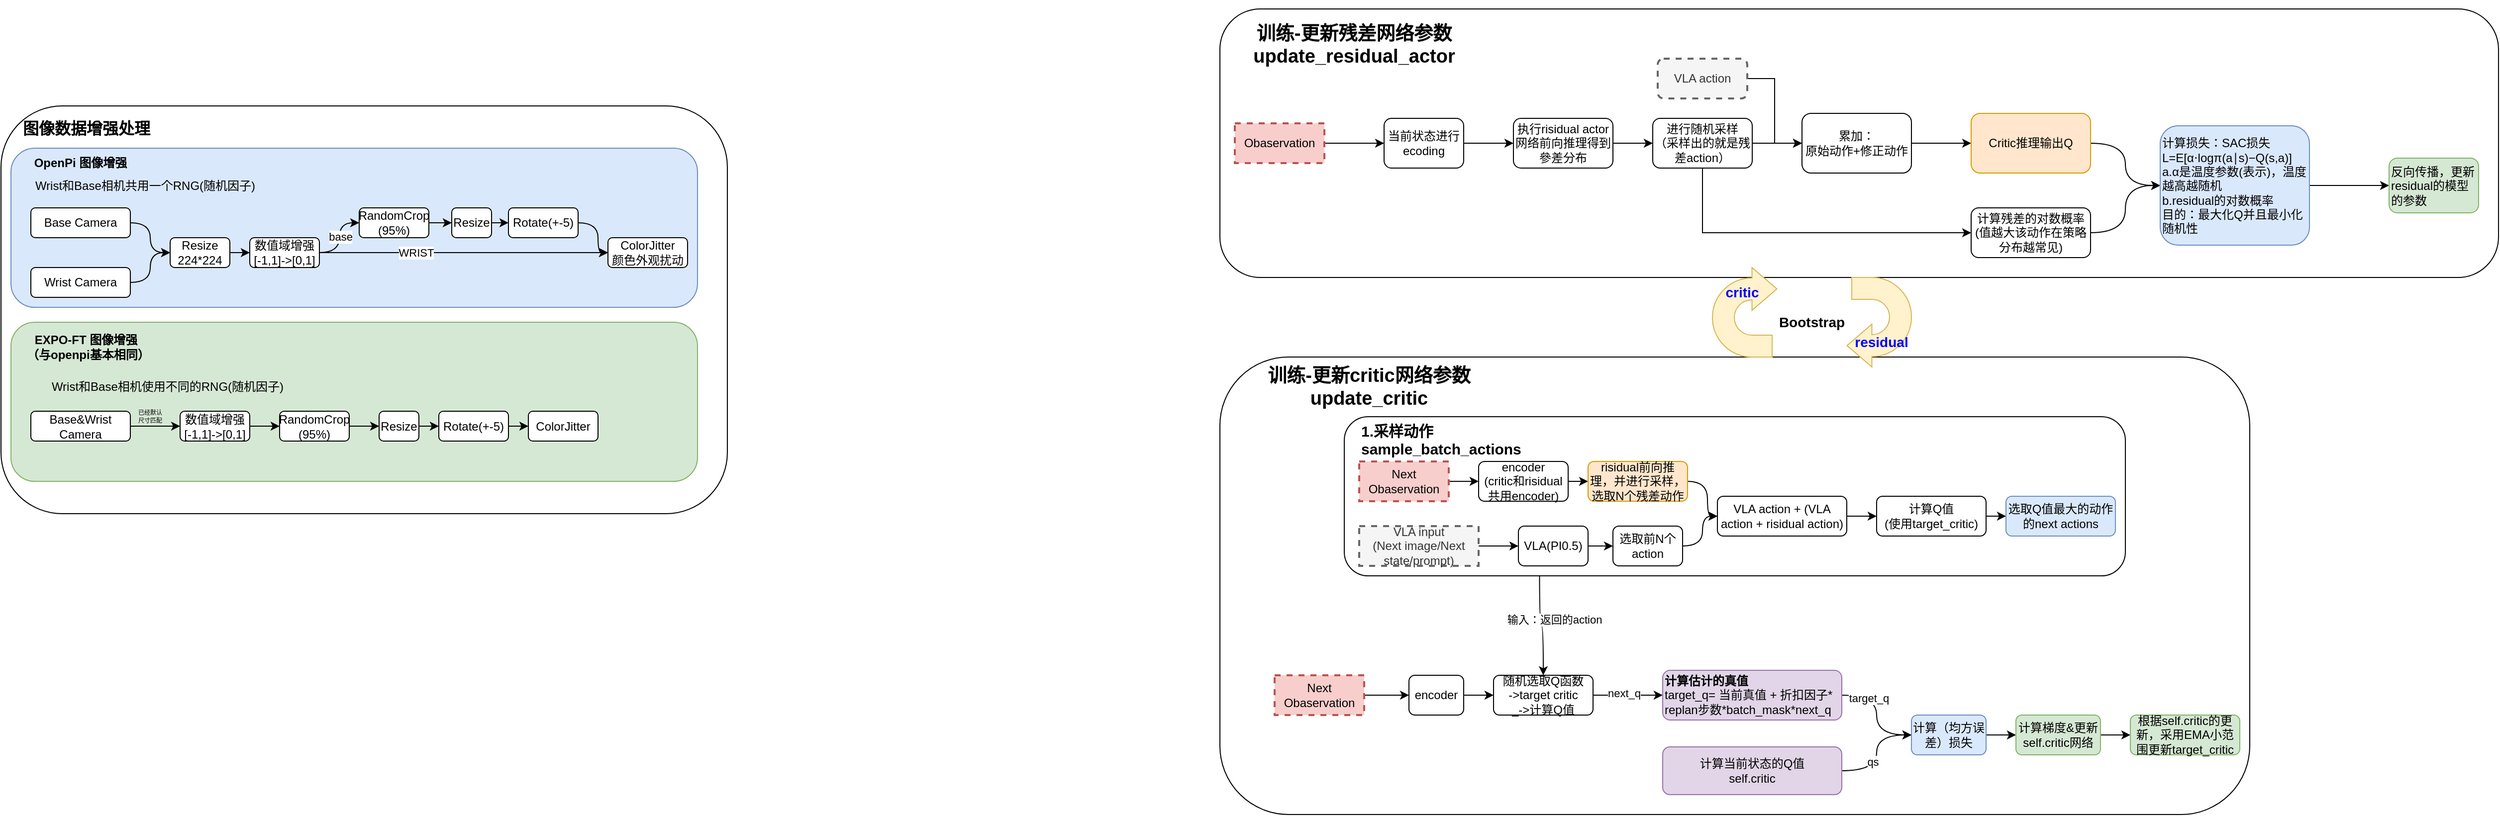
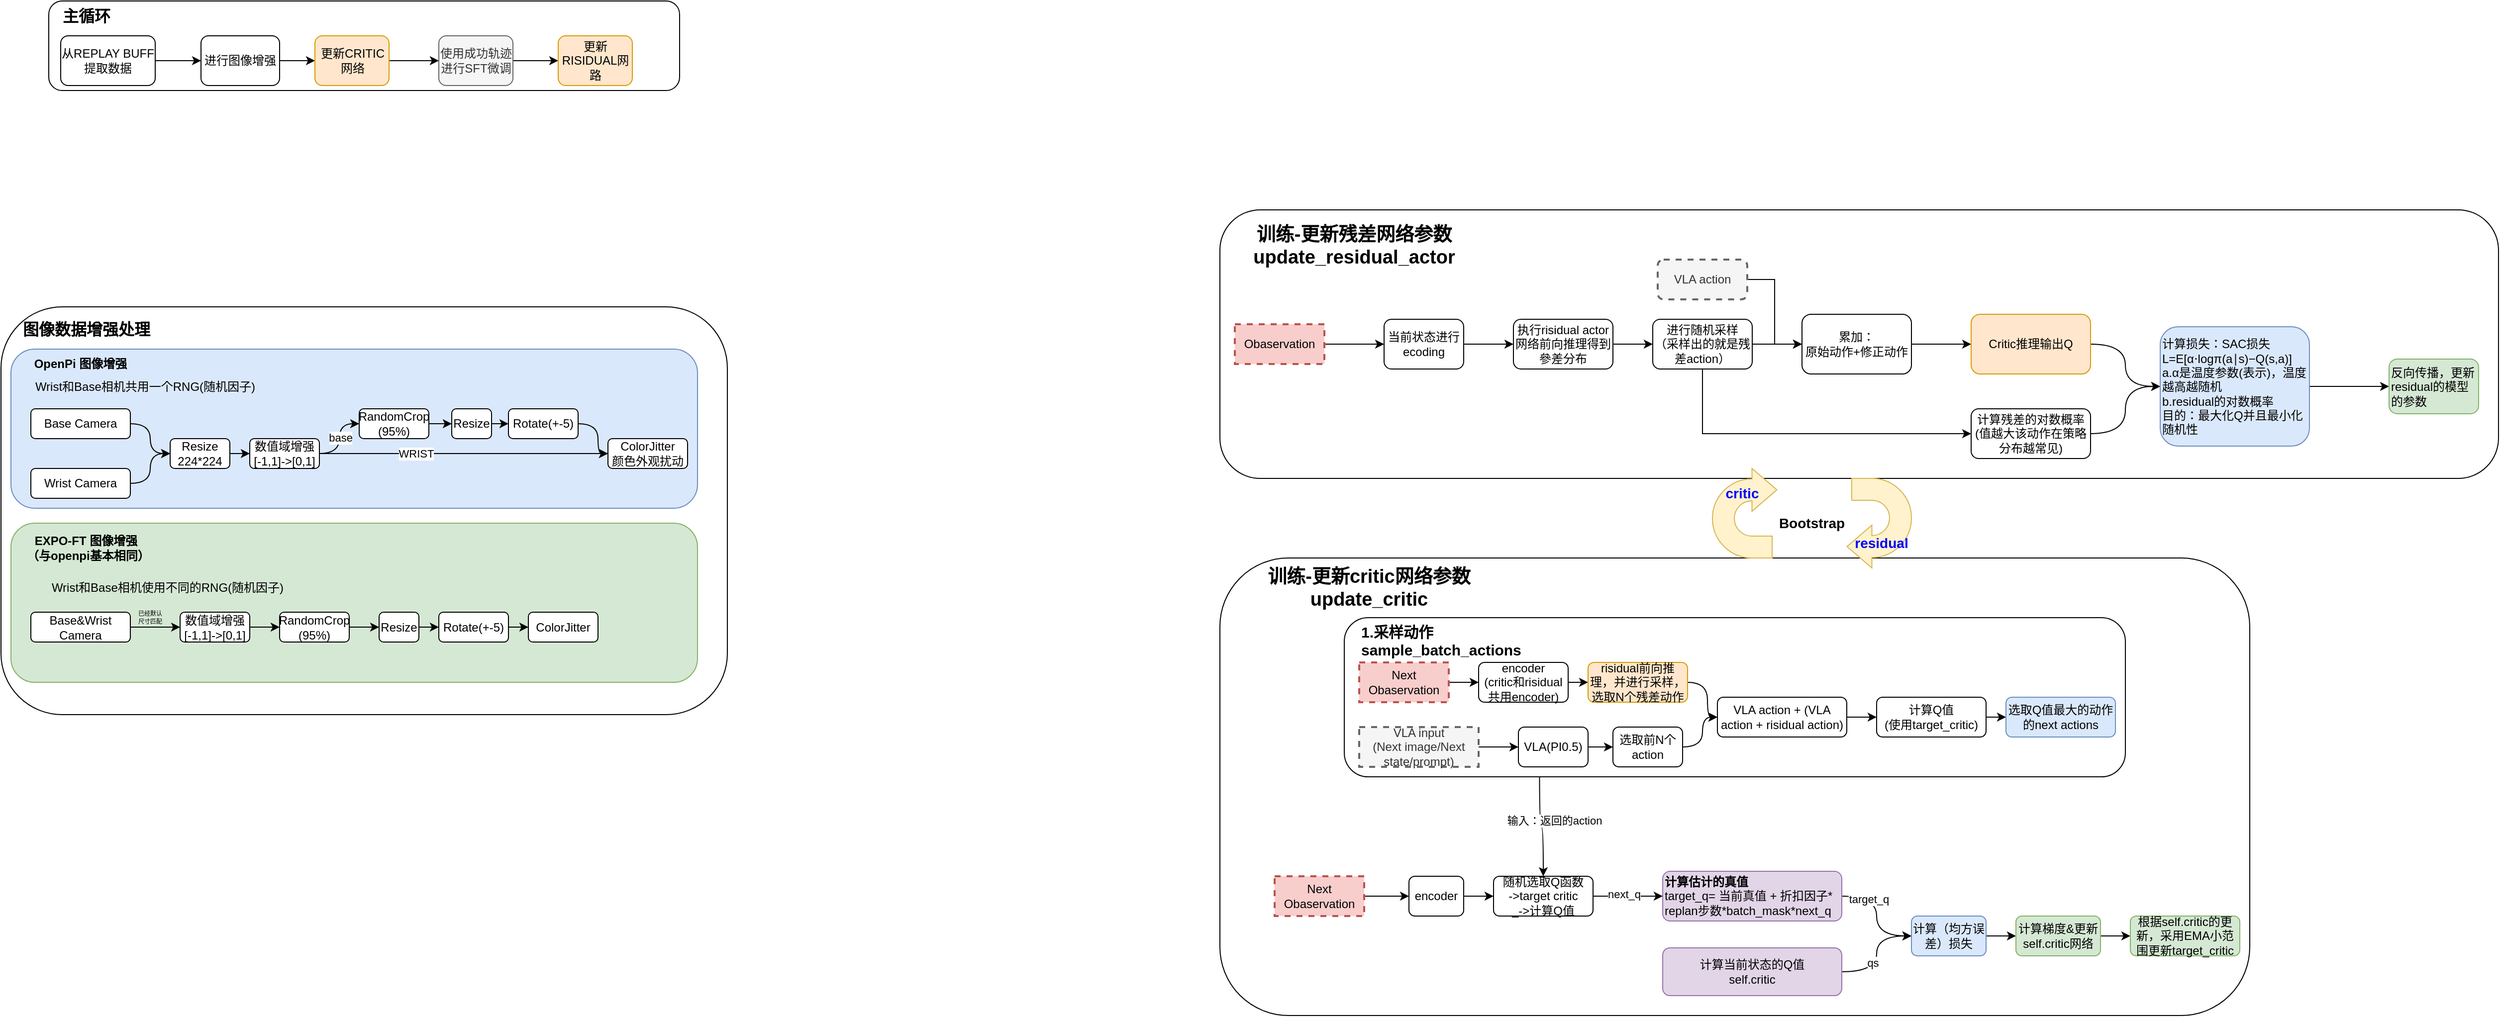
<mxfile host="app.diagrams.net">
  <diagram name="第 1 页" id="Xl2nalXjscSPXPMrPieM">
-     <mxGraphModel dx="2537" dy="2509" grid="1" gridSize="10" guides="1" tooltips="1" connect="1" arrows="1" fold="1" page="1" pageScale="1" pageWidth="827" pageHeight="1169" math="0" shadow="0">
+     <mxGraphModel dx="2422" dy="1606" grid="1" gridSize="10" guides="1" tooltips="1" connect="1" arrows="1" fold="1" page="1" pageScale="1" pageWidth="827" pageHeight="1169" math="0" shadow="0">
      <root>
        <mxCell id="0" />
        <mxCell id="1" parent="0" />
+         <mxCell id="5m5IZYSdE89hOnIhnB_D-146" parent="1" style="rounded=1;whiteSpace=wrap;html=1;" value="" vertex="1">
+           <mxGeometry height="90" width="634" x="-1232" y="-20" as="geometry" />
+         </mxCell>
        <mxCell id="5m5IZYSdE89hOnIhnB_D-129" parent="1" style="rounded=1;whiteSpace=wrap;html=1;" value="" vertex="1">
          <mxGeometry height="410" width="730" x="-1280" y="287.5" as="geometry" />
        </mxCell>
        <mxCell id="5m5IZYSdE89hOnIhnB_D-127" parent="1" style="rounded=1;whiteSpace=wrap;html=1;fillColor=#d5e8d4;strokeColor=#82b366;" value="" vertex="1">
          <mxGeometry height="160" width="690" x="-1270" y="505" as="geometry" />
        </mxCell>
        <mxCell id="5m5IZYSdE89hOnIhnB_D-126" parent="1" style="rounded=1;whiteSpace=wrap;html=1;fillColor=#dae8fc;strokeColor=#6c8ebf;" value="" vertex="1">
          <mxGeometry height="160" width="690" x="-1270" y="330" as="geometry" />
        </mxCell>
        <mxCell id="5m5IZYSdE89hOnIhnB_D-75" parent="1" style="rounded=1;whiteSpace=wrap;html=1;" value="" vertex="1">
          <mxGeometry height="460" width="1035" x="-55" y="540" as="geometry" />
        </mxCell>
        <mxCell id="5m5IZYSdE89hOnIhnB_D-59" edge="1" parent="1" source="5m5IZYSdE89hOnIhnB_D-50" style="edgeStyle=orthogonalEdgeStyle;curved=1;rounded=0;orthogonalLoop=1;jettySize=auto;html=1;exitX=0.25;exitY=1;exitDx=0;exitDy=0;entryX=0.5;entryY=0;entryDx=0;entryDy=0;" target="5m5IZYSdE89hOnIhnB_D-56">
          <mxGeometry relative="1" as="geometry" />
        </mxCell>
        <mxCell id="5m5IZYSdE89hOnIhnB_D-60" connectable="0" parent="5m5IZYSdE89hOnIhnB_D-59" style="edgeLabel;html=1;align=center;verticalAlign=middle;resizable=0;points=[];" value="输入：返回的action" vertex="1">
          <mxGeometry relative="1" x="-0.1644" y="4" as="geometry">
            <mxPoint x="10" as="offset" />
          </mxGeometry>
        </mxCell>
        <mxCell id="5m5IZYSdE89hOnIhnB_D-22" parent="1" style="rounded=1;whiteSpace=wrap;html=1;" value="" vertex="1">
          <mxGeometry height="270" width="1285" x="-55" y="190" as="geometry" />
        </mxCell>
        <mxCell id="5m5IZYSdE89hOnIhnB_D-3" edge="1" parent="1" source="5m5IZYSdE89hOnIhnB_D-1" style="edgeStyle=orthogonalEdgeStyle;rounded=0;orthogonalLoop=1;jettySize=auto;html=1;" target="5m5IZYSdE89hOnIhnB_D-2" value="">
          <mxGeometry relative="1" as="geometry" />
        </mxCell>
        <mxCell id="5m5IZYSdE89hOnIhnB_D-1" parent="1" style="rounded=1;whiteSpace=wrap;html=1;" value="当前状态进行ecoding" vertex="1">
          <mxGeometry height="50" width="80" x="110" y="300" as="geometry" />
        </mxCell>
        <mxCell id="5m5IZYSdE89hOnIhnB_D-5" edge="1" parent="1" source="5m5IZYSdE89hOnIhnB_D-2" style="edgeStyle=orthogonalEdgeStyle;rounded=0;orthogonalLoop=1;jettySize=auto;html=1;" target="5m5IZYSdE89hOnIhnB_D-4" value="">
          <mxGeometry relative="1" as="geometry" />
        </mxCell>
        <mxCell id="5m5IZYSdE89hOnIhnB_D-2" parent="1" style="rounded=1;whiteSpace=wrap;html=1;" value="执行risidual actor网络前向推理得到參差分布" vertex="1">
          <mxGeometry height="50" width="100" x="240" y="300" as="geometry" />
        </mxCell>
        <mxCell id="5m5IZYSdE89hOnIhnB_D-7" edge="1" parent="1" source="5m5IZYSdE89hOnIhnB_D-4" style="edgeStyle=orthogonalEdgeStyle;rounded=0;orthogonalLoop=1;jettySize=auto;html=1;exitX=0.5;exitY=1;exitDx=0;exitDy=0;entryX=0;entryY=0.5;entryDx=0;entryDy=0;" target="5m5IZYSdE89hOnIhnB_D-6" value="">
          <mxGeometry relative="1" as="geometry" />
        </mxCell>
        <mxCell id="5m5IZYSdE89hOnIhnB_D-14" edge="1" parent="1" source="5m5IZYSdE89hOnIhnB_D-4" style="edgeStyle=orthogonalEdgeStyle;rounded=0;orthogonalLoop=1;jettySize=auto;html=1;exitX=1;exitY=0.5;exitDx=0;exitDy=0;entryX=0;entryY=0.5;entryDx=0;entryDy=0;" target="5m5IZYSdE89hOnIhnB_D-12">
          <mxGeometry relative="1" as="geometry" />
        </mxCell>
        <mxCell id="5m5IZYSdE89hOnIhnB_D-4" parent="1" style="rounded=1;whiteSpace=wrap;html=1;" value="进行随机采样&lt;br&gt;（采样出的就是残差action）" vertex="1">
          <mxGeometry height="50" width="100" x="380" y="300" as="geometry" />
        </mxCell>
        <mxCell id="5m5IZYSdE89hOnIhnB_D-19" edge="1" parent="1" source="5m5IZYSdE89hOnIhnB_D-6" style="edgeStyle=orthogonalEdgeStyle;rounded=0;orthogonalLoop=1;jettySize=auto;html=1;exitX=1;exitY=0.5;exitDx=0;exitDy=0;entryX=0;entryY=0.5;entryDx=0;entryDy=0;curved=1;" target="5m5IZYSdE89hOnIhnB_D-17">
          <mxGeometry relative="1" as="geometry" />
        </mxCell>
        <mxCell id="5m5IZYSdE89hOnIhnB_D-6" parent="1" style="rounded=1;whiteSpace=wrap;html=1;" value="计算残差的对数概率&lt;br&gt;(值越大该动作在策略分布越常见)" vertex="1">
          <mxGeometry height="50" width="120" x="700" y="390" as="geometry" />
        </mxCell>
        <mxCell id="5m5IZYSdE89hOnIhnB_D-9" edge="1" parent="1" source="5m5IZYSdE89hOnIhnB_D-8" style="edgeStyle=orthogonalEdgeStyle;rounded=0;orthogonalLoop=1;jettySize=auto;html=1;exitX=1;exitY=0.5;exitDx=0;exitDy=0;entryX=0;entryY=0.5;entryDx=0;entryDy=0;" target="5m5IZYSdE89hOnIhnB_D-1">
          <mxGeometry relative="1" as="geometry" />
        </mxCell>
        <mxCell id="5m5IZYSdE89hOnIhnB_D-8" parent="1" style="rounded=0;whiteSpace=wrap;html=1;fillColor=#f8cecc;strokeColor=#b85450;dashed=1;strokeWidth=2;" value="Obaservation" vertex="1">
          <mxGeometry height="40" width="90" x="-40" y="305" as="geometry" />
        </mxCell>
        <mxCell id="5m5IZYSdE89hOnIhnB_D-13" edge="1" parent="1" source="5m5IZYSdE89hOnIhnB_D-10" style="edgeStyle=orthogonalEdgeStyle;rounded=0;orthogonalLoop=1;jettySize=auto;html=1;exitX=1;exitY=0.5;exitDx=0;exitDy=0;entryX=0;entryY=0.5;entryDx=0;entryDy=0;" target="5m5IZYSdE89hOnIhnB_D-12">
          <mxGeometry relative="1" as="geometry" />
        </mxCell>
        <mxCell id="5m5IZYSdE89hOnIhnB_D-10" parent="1" style="rounded=1;whiteSpace=wrap;html=1;fillColor=#f5f5f5;fontColor=#333333;strokeColor=#666666;dashed=1;strokeWidth=2;" value="VLA action" vertex="1">
          <mxGeometry height="40" width="90" x="385" y="240" as="geometry" />
        </mxCell>
        <mxCell id="5m5IZYSdE89hOnIhnB_D-16" edge="1" parent="1" source="5m5IZYSdE89hOnIhnB_D-12" style="edgeStyle=orthogonalEdgeStyle;rounded=0;orthogonalLoop=1;jettySize=auto;html=1;exitX=1;exitY=0.5;exitDx=0;exitDy=0;entryX=0;entryY=0.5;entryDx=0;entryDy=0;" target="5m5IZYSdE89hOnIhnB_D-15">
          <mxGeometry relative="1" as="geometry" />
        </mxCell>
        <mxCell id="5m5IZYSdE89hOnIhnB_D-12" parent="1" style="rounded=1;whiteSpace=wrap;html=1;" value="累加：&lt;br&gt;原始动作+修正动作" vertex="1">
          <mxGeometry height="60" width="110" x="530" y="295" as="geometry" />
        </mxCell>
        <mxCell id="5m5IZYSdE89hOnIhnB_D-18" edge="1" parent="1" source="5m5IZYSdE89hOnIhnB_D-15" style="edgeStyle=orthogonalEdgeStyle;rounded=0;orthogonalLoop=1;jettySize=auto;html=1;exitX=1;exitY=0.5;exitDx=0;exitDy=0;entryX=0;entryY=0.5;entryDx=0;entryDy=0;curved=1;" target="5m5IZYSdE89hOnIhnB_D-17">
          <mxGeometry relative="1" as="geometry" />
        </mxCell>
        <mxCell id="5m5IZYSdE89hOnIhnB_D-15" parent="1" style="rounded=1;whiteSpace=wrap;html=1;fillColor=#ffe6cc;strokeColor=#d79b00;" value="Critic推理输出Q" vertex="1">
          <mxGeometry height="60" width="120" x="700" y="295" as="geometry" />
        </mxCell>
        <mxCell id="5m5IZYSdE89hOnIhnB_D-21" edge="1" parent="1" source="5m5IZYSdE89hOnIhnB_D-17" style="edgeStyle=orthogonalEdgeStyle;curved=1;rounded=0;orthogonalLoop=1;jettySize=auto;html=1;" target="5m5IZYSdE89hOnIhnB_D-20" value="">
          <mxGeometry relative="1" as="geometry" />
        </mxCell>
        <mxCell id="5m5IZYSdE89hOnIhnB_D-17" parent="1" style="rounded=1;whiteSpace=wrap;html=1;align=left;fillColor=#dae8fc;strokeColor=#6c8ebf;" value="计算损失：SAC损失&lt;br&gt;L=E[α⋅logπ(a∣s)−Q(s,a)]&lt;div&gt;a.α是温度参数(表示)，温度越高越随机&lt;br&gt;b.residual的对数概率&lt;br&gt;目的：最大化Q并且最小化随机性&lt;/div&gt;" vertex="1">
          <mxGeometry height="120" width="150" x="890" y="307.5" as="geometry" />
        </mxCell>
        <mxCell id="5m5IZYSdE89hOnIhnB_D-20" parent="1" style="rounded=1;whiteSpace=wrap;html=1;align=left;fillColor=#d5e8d4;strokeColor=#82b366;" value="反向传播，更新residual的模型的参数" vertex="1">
          <mxGeometry height="55" width="90" x="1120" y="340" as="geometry" />
        </mxCell>
        <mxCell id="5m5IZYSdE89hOnIhnB_D-23" parent="1" style="text;html=1;whiteSpace=wrap;strokeColor=none;fillColor=none;align=center;verticalAlign=middle;rounded=0;fontStyle=1;fontSize=19;" value="&lt;br&gt;训练-更新残差网络参数update_residual_actor" vertex="1">
          <mxGeometry height="30" width="220" x="-30" y="200" as="geometry" />
        </mxCell>
        <mxCell id="5m5IZYSdE89hOnIhnB_D-55" edge="1" parent="1" source="5m5IZYSdE89hOnIhnB_D-53" style="edgeStyle=orthogonalEdgeStyle;curved=1;rounded=0;orthogonalLoop=1;jettySize=auto;html=1;exitX=1;exitY=0.5;exitDx=0;exitDy=0;entryX=0;entryY=0.5;entryDx=0;entryDy=0;" target="5m5IZYSdE89hOnIhnB_D-54">
          <mxGeometry relative="1" as="geometry" />
        </mxCell>
        <mxCell id="5m5IZYSdE89hOnIhnB_D-53" parent="1" style="rounded=0;whiteSpace=wrap;html=1;fillColor=#f8cecc;strokeColor=#b85450;dashed=1;strokeWidth=2;" value="Next&lt;br&gt;Obaservation" vertex="1">
          <mxGeometry height="40" width="90" y="860" as="geometry" />
        </mxCell>
        <mxCell id="5m5IZYSdE89hOnIhnB_D-57" edge="1" parent="1" source="5m5IZYSdE89hOnIhnB_D-54" style="edgeStyle=orthogonalEdgeStyle;curved=1;rounded=0;orthogonalLoop=1;jettySize=auto;html=1;" target="5m5IZYSdE89hOnIhnB_D-56" value="">
          <mxGeometry relative="1" as="geometry" />
        </mxCell>
        <mxCell id="5m5IZYSdE89hOnIhnB_D-54" parent="1" style="rounded=1;whiteSpace=wrap;html=1;strokeWidth=1;" value="encoder" vertex="1">
          <mxGeometry height="40" width="55" x="135" y="860" as="geometry" />
        </mxCell>
        <mxCell id="5m5IZYSdE89hOnIhnB_D-64" edge="1" parent="1" source="5m5IZYSdE89hOnIhnB_D-56" style="edgeStyle=orthogonalEdgeStyle;curved=1;rounded=0;orthogonalLoop=1;jettySize=auto;html=1;" target="5m5IZYSdE89hOnIhnB_D-63" value="">
          <mxGeometry relative="1" as="geometry" />
        </mxCell>
        <mxCell id="5m5IZYSdE89hOnIhnB_D-65" connectable="0" parent="5m5IZYSdE89hOnIhnB_D-64" style="edgeLabel;html=1;align=center;verticalAlign=middle;resizable=0;points=[];" value="next_q" vertex="1">
          <mxGeometry relative="1" x="-0.1202" y="2" as="geometry">
            <mxPoint as="offset" />
          </mxGeometry>
        </mxCell>
        <mxCell id="5m5IZYSdE89hOnIhnB_D-56" parent="1" style="rounded=1;whiteSpace=wrap;html=1;strokeWidth=1;" value="随机选取Q函数&lt;br&gt;-&amp;gt;target critic&lt;div&gt;_-&amp;gt;计算Q值&lt;/div&gt;" vertex="1">
          <mxGeometry height="40" width="100" x="220" y="860" as="geometry" />
        </mxCell>
        <mxCell id="5m5IZYSdE89hOnIhnB_D-67" edge="1" parent="1" source="5m5IZYSdE89hOnIhnB_D-63" style="edgeStyle=orthogonalEdgeStyle;curved=1;rounded=0;orthogonalLoop=1;jettySize=auto;html=1;" target="5m5IZYSdE89hOnIhnB_D-66" value="">
          <mxGeometry relative="1" as="geometry" />
        </mxCell>
        <mxCell id="5m5IZYSdE89hOnIhnB_D-70" connectable="0" parent="5m5IZYSdE89hOnIhnB_D-67" style="edgeLabel;html=1;align=center;verticalAlign=middle;resizable=0;points=[];" value="target_q" vertex="1">
          <mxGeometry relative="1" x="-0.5152" y="-3" as="geometry">
            <mxPoint as="offset" />
          </mxGeometry>
        </mxCell>
        <mxCell id="5m5IZYSdE89hOnIhnB_D-63" parent="1" style="rounded=1;whiteSpace=wrap;html=1;strokeWidth=1;align=left;fillColor=#e1d5e7;strokeColor=#9673a6;" value="&lt;b&gt;计算估计的真值&lt;/b&gt;&lt;br&gt;target_q= 当前真值 + 折扣因子* replan步数*batch_mask*next_q" vertex="1">
          <mxGeometry height="50" width="180" x="390" y="855" as="geometry" />
        </mxCell>
        <mxCell id="5m5IZYSdE89hOnIhnB_D-74" edge="1" parent="1" source="5m5IZYSdE89hOnIhnB_D-66" style="edgeStyle=orthogonalEdgeStyle;curved=1;rounded=0;orthogonalLoop=1;jettySize=auto;html=1;" target="5m5IZYSdE89hOnIhnB_D-73" value="">
          <mxGeometry relative="1" as="geometry" />
        </mxCell>
        <mxCell id="5m5IZYSdE89hOnIhnB_D-66" parent="1" style="whiteSpace=wrap;html=1;align=center;rounded=1;strokeWidth=1;fillColor=#dae8fc;strokeColor=#6c8ebf;" value="计算（均方误差）损失" vertex="1">
          <mxGeometry height="40" width="75" x="640" y="900" as="geometry" />
        </mxCell>
        <mxCell id="5m5IZYSdE89hOnIhnB_D-69" edge="1" parent="1" source="5m5IZYSdE89hOnIhnB_D-68" style="edgeStyle=orthogonalEdgeStyle;curved=1;rounded=0;orthogonalLoop=1;jettySize=auto;html=1;exitX=1;exitY=0.5;exitDx=0;exitDy=0;entryX=0;entryY=0.5;entryDx=0;entryDy=0;" target="5m5IZYSdE89hOnIhnB_D-66">
          <mxGeometry relative="1" as="geometry" />
        </mxCell>
        <mxCell id="5m5IZYSdE89hOnIhnB_D-72" connectable="0" parent="5m5IZYSdE89hOnIhnB_D-69" style="edgeLabel;html=1;align=center;verticalAlign=middle;resizable=0;points=[];" value="qs" vertex="1">
          <mxGeometry relative="1" x="-0.1592" y="4" as="geometry">
            <mxPoint as="offset" />
          </mxGeometry>
        </mxCell>
        <mxCell id="5m5IZYSdE89hOnIhnB_D-68" parent="1" style="rounded=1;whiteSpace=wrap;html=1;strokeWidth=1;fillColor=#e1d5e7;strokeColor=#9673a6;" value="计算当前状态的Q值&lt;br&gt;self.critic" vertex="1">
          <mxGeometry height="48" width="180" x="390" y="932" as="geometry" />
        </mxCell>
        <mxCell id="5m5IZYSdE89hOnIhnB_D-78" edge="1" parent="1" source="5m5IZYSdE89hOnIhnB_D-73" style="edgeStyle=orthogonalEdgeStyle;curved=1;rounded=0;orthogonalLoop=1;jettySize=auto;html=1;" target="5m5IZYSdE89hOnIhnB_D-77" value="">
          <mxGeometry relative="1" as="geometry" />
        </mxCell>
        <mxCell id="5m5IZYSdE89hOnIhnB_D-73" parent="1" style="whiteSpace=wrap;html=1;align=center;rounded=1;strokeWidth=1;fillColor=#d5e8d4;strokeColor=#82b366;" value="计算梯度&amp;amp;更新self.critic网络" vertex="1">
          <mxGeometry height="40" width="85" x="745" y="900" as="geometry" />
        </mxCell>
        <mxCell id="5m5IZYSdE89hOnIhnB_D-76" parent="1" style="text;html=1;whiteSpace=wrap;strokeColor=none;fillColor=none;align=center;verticalAlign=middle;rounded=0;fontStyle=1;fontSize=19;" value="训练-更新critic网络参数&lt;br&gt;update_critic" vertex="1">
          <mxGeometry height="40" width="220" x="-15" y="550" as="geometry" />
        </mxCell>
        <mxCell id="5m5IZYSdE89hOnIhnB_D-77" parent="1" style="whiteSpace=wrap;html=1;align=center;rounded=1;strokeWidth=1;fillColor=#d5e8d4;strokeColor=#82b366;" value="根据self.critic的更新，采用EMA小范围更新target_critic" vertex="1">
          <mxGeometry height="40" width="110" x="860" y="900" as="geometry" />
        </mxCell>
        <mxCell id="5m5IZYSdE89hOnIhnB_D-79" connectable="0" parent="1" style="group" value="" vertex="1">
          <mxGeometry height="160" width="785" x="70" y="600" as="geometry" />
        </mxCell>
        <mxCell id="5m5IZYSdE89hOnIhnB_D-50" parent="5m5IZYSdE89hOnIhnB_D-79" style="rounded=1;whiteSpace=wrap;html=1;" value="" vertex="1">
          <mxGeometry height="160" width="785" as="geometry" />
        </mxCell>
        <mxCell id="5m5IZYSdE89hOnIhnB_D-39" edge="1" parent="5m5IZYSdE89hOnIhnB_D-79" source="5m5IZYSdE89hOnIhnB_D-32" style="edgeStyle=orthogonalEdgeStyle;curved=1;rounded=0;orthogonalLoop=1;jettySize=auto;html=1;exitX=1;exitY=0.5;exitDx=0;exitDy=0;entryX=0;entryY=0.5;entryDx=0;entryDy=0;" target="5m5IZYSdE89hOnIhnB_D-38">
          <mxGeometry relative="1" as="geometry" />
        </mxCell>
        <mxCell id="5m5IZYSdE89hOnIhnB_D-32" parent="5m5IZYSdE89hOnIhnB_D-79" style="rounded=0;whiteSpace=wrap;html=1;fillColor=#f8cecc;strokeColor=#b85450;dashed=1;strokeWidth=2;" value="Next&lt;br&gt;Obaservation" vertex="1">
          <mxGeometry height="40" width="90" x="15" y="45" as="geometry" />
        </mxCell>
        <mxCell id="5m5IZYSdE89hOnIhnB_D-35" edge="1" parent="5m5IZYSdE89hOnIhnB_D-79" source="5m5IZYSdE89hOnIhnB_D-33" style="edgeStyle=orthogonalEdgeStyle;curved=1;rounded=0;orthogonalLoop=1;jettySize=auto;html=1;" target="5m5IZYSdE89hOnIhnB_D-34" value="">
          <mxGeometry relative="1" as="geometry" />
        </mxCell>
        <mxCell id="5m5IZYSdE89hOnIhnB_D-33" parent="5m5IZYSdE89hOnIhnB_D-79" style="rounded=0;whiteSpace=wrap;html=1;fillColor=#f5f5f5;fontColor=#333333;strokeColor=#666666;dashed=1;strokeWidth=2;" value="VLA input&lt;br&gt;(Next image/Next state/prompt)" vertex="1">
          <mxGeometry height="40" width="120" x="15" y="110" as="geometry" />
        </mxCell>
        <mxCell id="5m5IZYSdE89hOnIhnB_D-37" edge="1" parent="5m5IZYSdE89hOnIhnB_D-79" source="5m5IZYSdE89hOnIhnB_D-34" style="edgeStyle=orthogonalEdgeStyle;curved=1;rounded=0;orthogonalLoop=1;jettySize=auto;html=1;" target="5m5IZYSdE89hOnIhnB_D-36" value="">
          <mxGeometry relative="1" as="geometry" />
        </mxCell>
        <mxCell id="5m5IZYSdE89hOnIhnB_D-34" parent="5m5IZYSdE89hOnIhnB_D-79" style="rounded=1;whiteSpace=wrap;html=1;strokeWidth=1;" value="VLA(PI0.5)" vertex="1">
          <mxGeometry height="40" width="70" x="175" y="110" as="geometry" />
        </mxCell>
        <mxCell id="5m5IZYSdE89hOnIhnB_D-44" edge="1" parent="5m5IZYSdE89hOnIhnB_D-79" source="5m5IZYSdE89hOnIhnB_D-36" style="edgeStyle=orthogonalEdgeStyle;curved=1;rounded=0;orthogonalLoop=1;jettySize=auto;html=1;exitX=1;exitY=0.5;exitDx=0;exitDy=0;entryX=0;entryY=0.5;entryDx=0;entryDy=0;" target="5m5IZYSdE89hOnIhnB_D-43">
          <mxGeometry relative="1" as="geometry" />
        </mxCell>
        <mxCell id="5m5IZYSdE89hOnIhnB_D-36" parent="5m5IZYSdE89hOnIhnB_D-79" style="rounded=1;whiteSpace=wrap;html=1;strokeWidth=1;" value="选取前N个action" vertex="1">
          <mxGeometry height="40" width="70" x="270" y="110" as="geometry" />
        </mxCell>
        <mxCell id="5m5IZYSdE89hOnIhnB_D-41" edge="1" parent="5m5IZYSdE89hOnIhnB_D-79" source="5m5IZYSdE89hOnIhnB_D-38" style="edgeStyle=orthogonalEdgeStyle;curved=1;rounded=0;orthogonalLoop=1;jettySize=auto;html=1;" target="5m5IZYSdE89hOnIhnB_D-40" value="">
          <mxGeometry relative="1" as="geometry" />
        </mxCell>
        <mxCell id="5m5IZYSdE89hOnIhnB_D-38" parent="5m5IZYSdE89hOnIhnB_D-79" style="rounded=1;whiteSpace=wrap;html=1;strokeWidth=1;" value="encoder&lt;div&gt;(critic和risidual共用encoder)&lt;/div&gt;" vertex="1">
          <mxGeometry height="40" width="90" x="135" y="45" as="geometry" />
        </mxCell>
        <mxCell id="5m5IZYSdE89hOnIhnB_D-45" edge="1" parent="5m5IZYSdE89hOnIhnB_D-79" source="5m5IZYSdE89hOnIhnB_D-40" style="edgeStyle=orthogonalEdgeStyle;curved=1;rounded=0;orthogonalLoop=1;jettySize=auto;html=1;exitX=1;exitY=0.5;exitDx=0;exitDy=0;entryX=0;entryY=0.5;entryDx=0;entryDy=0;" target="5m5IZYSdE89hOnIhnB_D-43">
          <mxGeometry relative="1" as="geometry" />
        </mxCell>
        <mxCell id="5m5IZYSdE89hOnIhnB_D-40" parent="5m5IZYSdE89hOnIhnB_D-79" style="rounded=1;whiteSpace=wrap;html=1;strokeWidth=1;fillColor=#ffe6cc;strokeColor=#d79b00;" value="risidual前向推理，并进行采样，选取N个残差动作" vertex="1">
          <mxGeometry height="40" width="100" x="245" y="45" as="geometry" />
        </mxCell>
        <mxCell id="5m5IZYSdE89hOnIhnB_D-47" edge="1" parent="5m5IZYSdE89hOnIhnB_D-79" source="5m5IZYSdE89hOnIhnB_D-43" style="edgeStyle=orthogonalEdgeStyle;curved=1;rounded=0;orthogonalLoop=1;jettySize=auto;html=1;exitX=1;exitY=0.5;exitDx=0;exitDy=0;entryX=0;entryY=0.5;entryDx=0;entryDy=0;" target="5m5IZYSdE89hOnIhnB_D-46">
          <mxGeometry relative="1" as="geometry" />
        </mxCell>
        <mxCell id="5m5IZYSdE89hOnIhnB_D-43" parent="5m5IZYSdE89hOnIhnB_D-79" style="rounded=1;whiteSpace=wrap;html=1;strokeWidth=1;" value="VLA action + (VLA action + risidual action)" vertex="1">
          <mxGeometry height="40" width="130" x="375" y="80" as="geometry" />
        </mxCell>
        <mxCell id="5m5IZYSdE89hOnIhnB_D-49" edge="1" parent="5m5IZYSdE89hOnIhnB_D-79" source="5m5IZYSdE89hOnIhnB_D-46" style="edgeStyle=orthogonalEdgeStyle;curved=1;rounded=0;orthogonalLoop=1;jettySize=auto;html=1;" target="5m5IZYSdE89hOnIhnB_D-48" value="">
          <mxGeometry relative="1" as="geometry" />
        </mxCell>
        <mxCell id="5m5IZYSdE89hOnIhnB_D-46" parent="5m5IZYSdE89hOnIhnB_D-79" style="rounded=1;whiteSpace=wrap;html=1;strokeWidth=1;" value="计算Q值&lt;br&gt;(使用target_critic)" vertex="1">
          <mxGeometry height="40" width="110" x="535" y="80" as="geometry" />
        </mxCell>
        <mxCell id="5m5IZYSdE89hOnIhnB_D-48" parent="5m5IZYSdE89hOnIhnB_D-79" style="rounded=1;whiteSpace=wrap;html=1;strokeWidth=1;fillColor=#dae8fc;strokeColor=#6c8ebf;" value="选取Q值最大的动作&lt;br&gt;的next actions" vertex="1">
          <mxGeometry height="40" width="110" x="665" y="80" as="geometry" />
        </mxCell>
        <mxCell id="5m5IZYSdE89hOnIhnB_D-51" parent="5m5IZYSdE89hOnIhnB_D-79" style="text;html=1;whiteSpace=wrap;strokeColor=none;fillColor=none;align=left;verticalAlign=middle;rounded=0;fontStyle=1;fontSize=15;" value="1.采样动作&lt;br&gt;sample_batch_actions" vertex="1">
          <mxGeometry height="30" width="220" x="15" y="8" as="geometry" />
        </mxCell>
        <mxCell id="5m5IZYSdE89hOnIhnB_D-82" parent="1" style="html=1;shadow=0;dashed=0;align=center;verticalAlign=middle;shape=mxgraph.arrows2.uTurnArrow;dy=11;arrowHead=43;dx2=25;fillColor=#fff2cc;strokeColor=#d6b656;" value="" vertex="1">
          <mxGeometry height="90" width="60" x="440" y="450" as="geometry" />
        </mxCell>
        <mxCell id="5m5IZYSdE89hOnIhnB_D-83" parent="1" style="html=1;shadow=0;dashed=0;align=center;verticalAlign=middle;shape=mxgraph.arrows2.uTurnArrow;dy=11;arrowHead=43;dx2=25;rotation=-180;fillColor=#fff2cc;strokeColor=#d6b656;" value="&amp;nbsp; " vertex="1">
          <mxGeometry height="90" width="60" x="580" y="460" as="geometry" />
        </mxCell>
        <mxCell id="5m5IZYSdE89hOnIhnB_D-84" parent="1" style="text;html=1;whiteSpace=wrap;strokeColor=none;fillColor=none;align=center;verticalAlign=middle;rounded=0;fontStyle=1;fontSize=14;" value="Bootstrap" vertex="1">
          <mxGeometry height="30" width="60" x="510" y="490" as="geometry" />
        </mxCell>
        <mxCell id="5m5IZYSdE89hOnIhnB_D-85" parent="1" style="text;html=1;whiteSpace=wrap;strokeColor=none;fillColor=none;align=center;verticalAlign=middle;rounded=0;fontStyle=1;fontColor=#0000FF;fontSize=14;" value="critic" vertex="1">
          <mxGeometry height="30" width="60" x="440" y="460" as="geometry" />
        </mxCell>
        <mxCell id="5m5IZYSdE89hOnIhnB_D-86" parent="1" style="text;html=1;whiteSpace=wrap;strokeColor=none;fillColor=none;align=center;verticalAlign=middle;rounded=0;fontStyle=1;fontColor=#0000FF;fontSize=14;" value="residual" vertex="1">
          <mxGeometry height="30" width="60" x="580" y="510" as="geometry" />
        </mxCell>
        <mxCell id="5m5IZYSdE89hOnIhnB_D-99" edge="1" parent="1" source="5m5IZYSdE89hOnIhnB_D-87" style="edgeStyle=orthogonalEdgeStyle;curved=1;rounded=0;orthogonalLoop=1;jettySize=auto;html=1;exitX=1;exitY=0.5;exitDx=0;exitDy=0;entryX=0;entryY=0.5;entryDx=0;entryDy=0;" target="5m5IZYSdE89hOnIhnB_D-89">
          <mxGeometry relative="1" as="geometry" />
        </mxCell>
        <mxCell id="5m5IZYSdE89hOnIhnB_D-87" parent="1" style="rounded=1;whiteSpace=wrap;html=1;" value="Base Camera" vertex="1">
          <mxGeometry height="30" width="100" x="-1250" y="390" as="geometry" />
        </mxCell>
        <mxCell id="5m5IZYSdE89hOnIhnB_D-98" edge="1" parent="1" source="5m5IZYSdE89hOnIhnB_D-88" style="edgeStyle=orthogonalEdgeStyle;curved=1;rounded=0;orthogonalLoop=1;jettySize=auto;html=1;exitX=1;exitY=0.5;exitDx=0;exitDy=0;entryX=0;entryY=0.5;entryDx=0;entryDy=0;" target="5m5IZYSdE89hOnIhnB_D-89">
          <mxGeometry relative="1" as="geometry" />
        </mxCell>
        <mxCell id="5m5IZYSdE89hOnIhnB_D-88" parent="1" style="rounded=1;whiteSpace=wrap;html=1;" value="Wrist Camera" vertex="1">
          <mxGeometry height="30" width="100" x="-1250" y="450" as="geometry" />
        </mxCell>
        <mxCell id="5m5IZYSdE89hOnIhnB_D-108" edge="1" parent="1" source="5m5IZYSdE89hOnIhnB_D-89" style="edgeStyle=orthogonalEdgeStyle;curved=1;rounded=0;orthogonalLoop=1;jettySize=auto;html=1;" target="5m5IZYSdE89hOnIhnB_D-107" value="">
          <mxGeometry relative="1" as="geometry" />
        </mxCell>
        <mxCell id="5m5IZYSdE89hOnIhnB_D-89" parent="1" style="rounded=1;whiteSpace=wrap;html=1;" value="Resize&lt;div&gt;224*224&lt;/div&gt;" vertex="1">
          <mxGeometry height="30" width="60" x="-1110" y="420" as="geometry" />
        </mxCell>
        <mxCell id="5m5IZYSdE89hOnIhnB_D-92" edge="1" parent="1" source="5m5IZYSdE89hOnIhnB_D-90" style="edgeStyle=orthogonalEdgeStyle;curved=1;rounded=0;orthogonalLoop=1;jettySize=auto;html=1;" target="5m5IZYSdE89hOnIhnB_D-91" value="">
          <mxGeometry relative="1" as="geometry" />
        </mxCell>
        <mxCell id="5m5IZYSdE89hOnIhnB_D-90" parent="1" style="rounded=1;whiteSpace=wrap;html=1;" value="RandomCrop&lt;br&gt;(95%)" vertex="1">
          <mxGeometry height="30" width="70" x="-920" y="390" as="geometry" />
        </mxCell>
        <mxCell id="5m5IZYSdE89hOnIhnB_D-94" edge="1" parent="1" source="5m5IZYSdE89hOnIhnB_D-91" style="edgeStyle=orthogonalEdgeStyle;curved=1;rounded=0;orthogonalLoop=1;jettySize=auto;html=1;" target="5m5IZYSdE89hOnIhnB_D-93" value="">
          <mxGeometry relative="1" as="geometry" />
        </mxCell>
        <mxCell id="5m5IZYSdE89hOnIhnB_D-91" parent="1" style="rounded=1;whiteSpace=wrap;html=1;" value="Resize" vertex="1">
          <mxGeometry height="30" width="40" x="-827" y="390" as="geometry" />
        </mxCell>
        <mxCell id="5m5IZYSdE89hOnIhnB_D-96" edge="1" parent="1" source="5m5IZYSdE89hOnIhnB_D-93" style="edgeStyle=orthogonalEdgeStyle;curved=1;rounded=0;orthogonalLoop=1;jettySize=auto;html=1;" target="5m5IZYSdE89hOnIhnB_D-95" value="">
          <mxGeometry relative="1" as="geometry" />
        </mxCell>
        <mxCell id="5m5IZYSdE89hOnIhnB_D-93" parent="1" style="rounded=1;whiteSpace=wrap;html=1;" value="Rotate(+-5)" vertex="1">
          <mxGeometry height="30" width="70" x="-770" y="390" as="geometry" />
        </mxCell>
        <mxCell id="5m5IZYSdE89hOnIhnB_D-95" parent="1" style="rounded=1;whiteSpace=wrap;html=1;" value="ColorJitter&lt;br&gt;颜色外观扰动" vertex="1">
          <mxGeometry height="30" width="80" x="-670" y="420" as="geometry" />
        </mxCell>
        <mxCell id="5m5IZYSdE89hOnIhnB_D-103" parent="1" style="text;html=1;whiteSpace=wrap;strokeColor=none;fillColor=none;align=center;verticalAlign=middle;rounded=0;" value="Wrist和Base相机共用一个RNG(随机因子)" vertex="1">
          <mxGeometry height="20" width="230" x="-1250" y="357.5" as="geometry" />
        </mxCell>
        <mxCell id="5m5IZYSdE89hOnIhnB_D-105" parent="1" style="text;html=1;whiteSpace=wrap;strokeColor=none;fillColor=none;align=center;verticalAlign=middle;rounded=0;fontStyle=1" value="OpenPi 图像增强" vertex="1">
          <mxGeometry height="20" width="110" x="-1255" y="335" as="geometry" />
        </mxCell>
        <mxCell id="5m5IZYSdE89hOnIhnB_D-106" parent="1" style="text;html=1;whiteSpace=wrap;strokeColor=none;fillColor=none;align=center;verticalAlign=middle;rounded=0;fontStyle=1" value="EXPO-FT 图像增强&lt;br&gt;（与openpi基本相同）" vertex="1">
          <mxGeometry height="20" width="121" x="-1255" y="520" as="geometry" />
        </mxCell>
        <mxCell id="5m5IZYSdE89hOnIhnB_D-109" edge="1" parent="1" source="5m5IZYSdE89hOnIhnB_D-107" style="edgeStyle=orthogonalEdgeStyle;curved=1;rounded=0;orthogonalLoop=1;jettySize=auto;html=1;exitX=1;exitY=0.5;exitDx=0;exitDy=0;entryX=0;entryY=0.5;entryDx=0;entryDy=0;" target="5m5IZYSdE89hOnIhnB_D-90">
          <mxGeometry relative="1" as="geometry" />
        </mxCell>
        <mxCell id="5m5IZYSdE89hOnIhnB_D-110" connectable="0" parent="5m5IZYSdE89hOnIhnB_D-109" style="edgeLabel;html=1;align=center;verticalAlign=middle;resizable=0;points=[];" value="base" vertex="1">
          <mxGeometry relative="1" x="0.0335" y="-1" as="geometry">
            <mxPoint as="offset" />
          </mxGeometry>
        </mxCell>
        <mxCell id="5m5IZYSdE89hOnIhnB_D-133" edge="1" parent="1" source="5m5IZYSdE89hOnIhnB_D-107" style="edgeStyle=orthogonalEdgeStyle;curved=1;rounded=0;orthogonalLoop=1;jettySize=auto;html=1;exitX=1;exitY=0.5;exitDx=0;exitDy=0;entryX=0;entryY=0.5;entryDx=0;entryDy=0;" target="5m5IZYSdE89hOnIhnB_D-95">
          <mxGeometry relative="1" as="geometry" />
        </mxCell>
        <mxCell id="5m5IZYSdE89hOnIhnB_D-134" connectable="0" parent="5m5IZYSdE89hOnIhnB_D-133" style="edgeLabel;html=1;align=center;verticalAlign=middle;resizable=0;points=[];" value="WRIST" vertex="1">
          <mxGeometry relative="1" x="-0.3337" as="geometry">
            <mxPoint as="offset" />
          </mxGeometry>
        </mxCell>
        <mxCell id="5m5IZYSdE89hOnIhnB_D-107" parent="1" style="rounded=1;whiteSpace=wrap;html=1;" value="数值域增强&lt;br&gt;[-1,1]-&amp;gt;[0,1]" vertex="1">
          <mxGeometry height="30" width="70" x="-1030" y="420" as="geometry" />
        </mxCell>
        <mxCell id="5m5IZYSdE89hOnIhnB_D-118" edge="1" parent="1" source="5m5IZYSdE89hOnIhnB_D-113" style="edgeStyle=orthogonalEdgeStyle;curved=1;rounded=0;orthogonalLoop=1;jettySize=auto;html=1;exitX=1;exitY=0.5;exitDx=0;exitDy=0;entryX=0;entryY=0.5;entryDx=0;entryDy=0;" target="5m5IZYSdE89hOnIhnB_D-114">
          <mxGeometry relative="1" as="geometry" />
        </mxCell>
        <mxCell id="5m5IZYSdE89hOnIhnB_D-113" parent="1" style="rounded=1;whiteSpace=wrap;html=1;" value="数值域增强&lt;br&gt;[-1,1]-&amp;gt;[0,1]" vertex="1">
          <mxGeometry height="30" width="70" x="-1100" y="594.5" as="geometry" />
        </mxCell>
        <mxCell id="5m5IZYSdE89hOnIhnB_D-119" edge="1" parent="1" source="5m5IZYSdE89hOnIhnB_D-114" style="edgeStyle=orthogonalEdgeStyle;curved=1;rounded=0;orthogonalLoop=1;jettySize=auto;html=1;exitX=1;exitY=0.5;exitDx=0;exitDy=0;entryX=0;entryY=0.5;entryDx=0;entryDy=0;" target="5m5IZYSdE89hOnIhnB_D-115">
          <mxGeometry relative="1" as="geometry" />
        </mxCell>
        <mxCell id="5m5IZYSdE89hOnIhnB_D-114" parent="1" style="rounded=1;whiteSpace=wrap;html=1;" value="RandomCrop&lt;br&gt;(95%)" vertex="1">
          <mxGeometry height="30" width="70" x="-1000" y="594.5" as="geometry" />
        </mxCell>
        <mxCell id="5m5IZYSdE89hOnIhnB_D-120" edge="1" parent="1" source="5m5IZYSdE89hOnIhnB_D-115" style="edgeStyle=orthogonalEdgeStyle;curved=1;rounded=0;orthogonalLoop=1;jettySize=auto;html=1;exitX=1;exitY=0.5;exitDx=0;exitDy=0;entryX=0;entryY=0.5;entryDx=0;entryDy=0;" target="5m5IZYSdE89hOnIhnB_D-116">
          <mxGeometry relative="1" as="geometry" />
        </mxCell>
        <mxCell id="5m5IZYSdE89hOnIhnB_D-115" parent="1" style="rounded=1;whiteSpace=wrap;html=1;" value="Resize" vertex="1">
          <mxGeometry height="30" width="40" x="-900" y="594.5" as="geometry" />
        </mxCell>
        <mxCell id="5m5IZYSdE89hOnIhnB_D-121" edge="1" parent="1" source="5m5IZYSdE89hOnIhnB_D-116" style="edgeStyle=orthogonalEdgeStyle;curved=1;rounded=0;orthogonalLoop=1;jettySize=auto;html=1;exitX=1;exitY=0.5;exitDx=0;exitDy=0;entryX=0;entryY=0.5;entryDx=0;entryDy=0;" target="5m5IZYSdE89hOnIhnB_D-117">
          <mxGeometry relative="1" as="geometry" />
        </mxCell>
        <mxCell id="5m5IZYSdE89hOnIhnB_D-116" parent="1" style="rounded=1;whiteSpace=wrap;html=1;" value="Rotate(+-5)" vertex="1">
          <mxGeometry height="30" width="70" x="-840" y="594.5" as="geometry" />
        </mxCell>
        <mxCell id="5m5IZYSdE89hOnIhnB_D-117" parent="1" style="rounded=1;whiteSpace=wrap;html=1;" value="ColorJitter" vertex="1">
          <mxGeometry height="30" width="70" x="-750" y="594.5" as="geometry" />
        </mxCell>
        <mxCell id="5m5IZYSdE89hOnIhnB_D-123" edge="1" parent="1" source="5m5IZYSdE89hOnIhnB_D-122" style="edgeStyle=orthogonalEdgeStyle;curved=1;rounded=0;orthogonalLoop=1;jettySize=auto;html=1;exitX=1;exitY=0.5;exitDx=0;exitDy=0;entryX=0;entryY=0.5;entryDx=0;entryDy=0;" target="5m5IZYSdE89hOnIhnB_D-113">
          <mxGeometry relative="1" as="geometry" />
        </mxCell>
        <mxCell id="5m5IZYSdE89hOnIhnB_D-122" parent="1" style="rounded=1;whiteSpace=wrap;html=1;" value="Base&amp;amp;Wrist Camera" vertex="1">
          <mxGeometry height="30" width="100" x="-1250" y="594.5" as="geometry" />
        </mxCell>
        <mxCell id="5m5IZYSdE89hOnIhnB_D-124" parent="1" style="text;html=1;whiteSpace=wrap;strokeColor=none;fillColor=none;align=center;verticalAlign=middle;rounded=0;fontSize=6;" value="已经默认&lt;br&gt;尺寸匹配" vertex="1">
          <mxGeometry height="30" width="60" x="-1160" y="584.5" as="geometry" />
        </mxCell>
        <mxCell id="5m5IZYSdE89hOnIhnB_D-125" parent="1" style="text;html=1;whiteSpace=wrap;strokeColor=none;fillColor=none;align=center;verticalAlign=middle;rounded=0;" value="Wrist和Base相机使用不同的RNG(随机因子)" vertex="1">
          <mxGeometry height="20" width="265" x="-1245" y="560" as="geometry" />
        </mxCell>
        <mxCell id="5m5IZYSdE89hOnIhnB_D-130" parent="1" style="text;html=1;whiteSpace=wrap;strokeColor=none;fillColor=none;align=center;verticalAlign=middle;rounded=0;fontStyle=1;fontSize=16;" value="图像数据增强处理" vertex="1">
          <mxGeometry height="30" width="170" x="-1279.5" y="295" as="geometry" />
+         </mxCell>
+         <mxCell id="5m5IZYSdE89hOnIhnB_D-137" edge="1" parent="1" source="5m5IZYSdE89hOnIhnB_D-135" style="edgeStyle=orthogonalEdgeStyle;curved=1;rounded=0;orthogonalLoop=1;jettySize=auto;html=1;" target="5m5IZYSdE89hOnIhnB_D-136" value="">
+           <mxGeometry relative="1" as="geometry" />
+         </mxCell>
+         <mxCell id="5m5IZYSdE89hOnIhnB_D-135" parent="1" style="rounded=1;whiteSpace=wrap;html=1;" value="从REPLAY BUFF提取数据" vertex="1">
+           <mxGeometry height="50" width="95" x="-1220" y="15" as="geometry" />
+         </mxCell>
+         <mxCell id="5m5IZYSdE89hOnIhnB_D-139" edge="1" parent="1" source="5m5IZYSdE89hOnIhnB_D-136" style="edgeStyle=orthogonalEdgeStyle;curved=1;rounded=0;orthogonalLoop=1;jettySize=auto;html=1;" target="5m5IZYSdE89hOnIhnB_D-138" value="">
+           <mxGeometry relative="1" as="geometry" />
+         </mxCell>
+         <mxCell id="5m5IZYSdE89hOnIhnB_D-136" parent="1" style="rounded=1;whiteSpace=wrap;html=1;" value="进行图像增强" vertex="1">
+           <mxGeometry height="50" width="79" x="-1079" y="15" as="geometry" />
+         </mxCell>
+         <mxCell id="5m5IZYSdE89hOnIhnB_D-141" edge="1" parent="1" source="5m5IZYSdE89hOnIhnB_D-138" style="edgeStyle=orthogonalEdgeStyle;curved=1;rounded=0;orthogonalLoop=1;jettySize=auto;html=1;" target="5m5IZYSdE89hOnIhnB_D-140" value="">
+           <mxGeometry relative="1" as="geometry" />
+         </mxCell>
+         <mxCell id="5m5IZYSdE89hOnIhnB_D-138" parent="1" style="rounded=1;whiteSpace=wrap;html=1;fillColor=#ffe6cc;strokeColor=#d79b00;" value="更新CRITIC网络" vertex="1">
+           <mxGeometry height="50" width="74.5" x="-964.5" y="15" as="geometry" />
+         </mxCell>
+         <mxCell id="5m5IZYSdE89hOnIhnB_D-143" edge="1" parent="1" source="5m5IZYSdE89hOnIhnB_D-140" style="edgeStyle=orthogonalEdgeStyle;curved=1;rounded=0;orthogonalLoop=1;jettySize=auto;html=1;" target="5m5IZYSdE89hOnIhnB_D-142" value="">
+           <mxGeometry relative="1" as="geometry" />
+         </mxCell>
+         <mxCell id="5m5IZYSdE89hOnIhnB_D-140" parent="1" style="rounded=1;whiteSpace=wrap;html=1;fillColor=#f5f5f5;fontColor=#333333;strokeColor=#666666;" value="使用成功轨迹进行SFT微调" vertex="1">
+           <mxGeometry height="50" width="74.5" x="-840" y="15" as="geometry" />
+         </mxCell>
+         <mxCell id="5m5IZYSdE89hOnIhnB_D-142" parent="1" style="rounded=1;whiteSpace=wrap;html=1;fillColor=#ffe6cc;strokeColor=#d79b00;" value="更新RISIDUAL网路" vertex="1">
+           <mxGeometry height="50" width="74.5" x="-720" y="15" as="geometry" />
+         </mxCell>
+         <mxCell id="5m5IZYSdE89hOnIhnB_D-147" parent="1" style="text;html=1;whiteSpace=wrap;strokeColor=none;fillColor=none;align=center;verticalAlign=middle;rounded=0;fontStyle=1;fontSize=16;" value="主循环" vertex="1">
+           <mxGeometry height="30" width="70" x="-1229.5" y="-20" as="geometry" />
        </mxCell>
      </root>
    </mxGraphModel>
  </diagram>
</mxfile>
